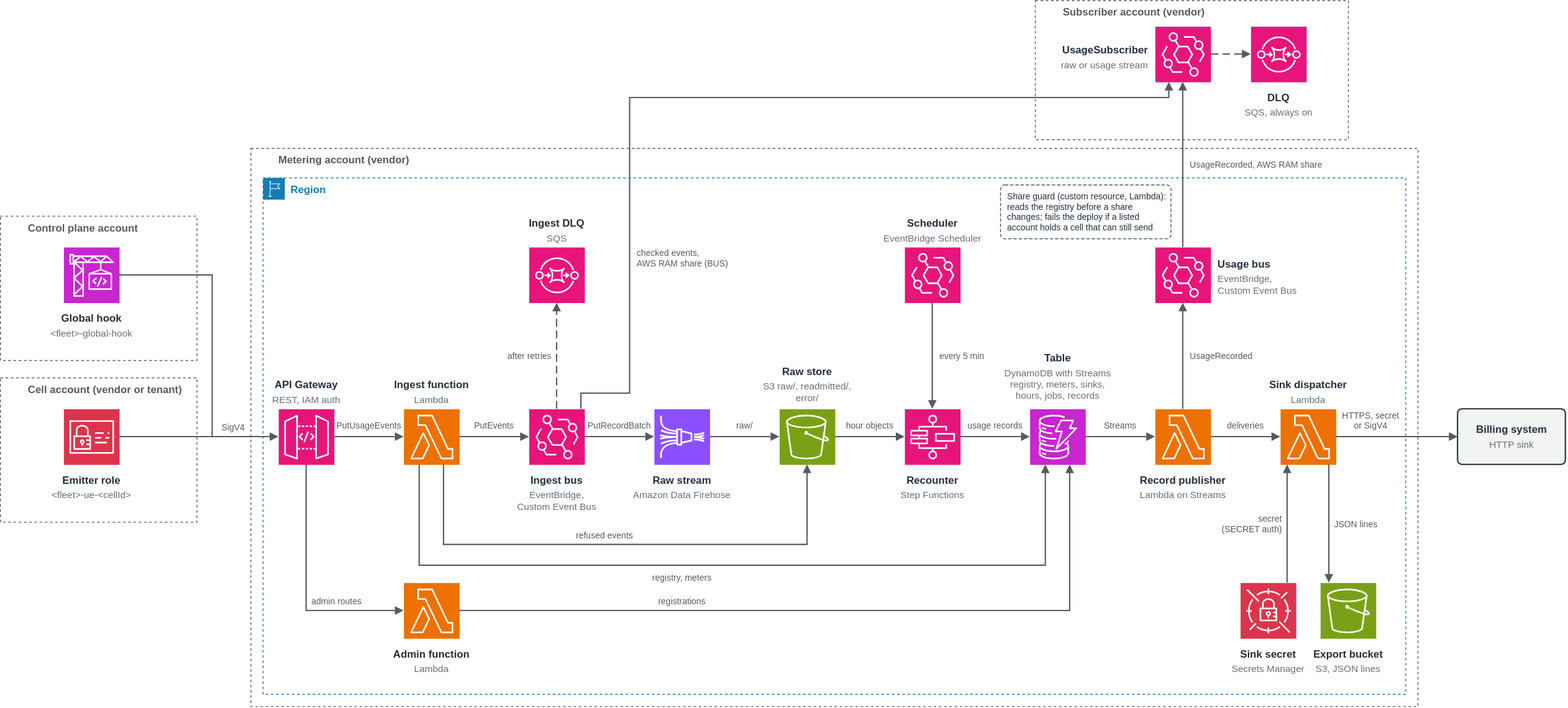
Earlier version of the draw.io export samples/tenant-usage-metering/diagrams/tenant-usage-metering.drawio.svg (aws-samples/sample-agentic-ai-acceleration-patterns). Source tidied: cells renumbered, new cells last; positions are measured from the earlier drawing's top-left corner, leaving out a move shared by most shapes.
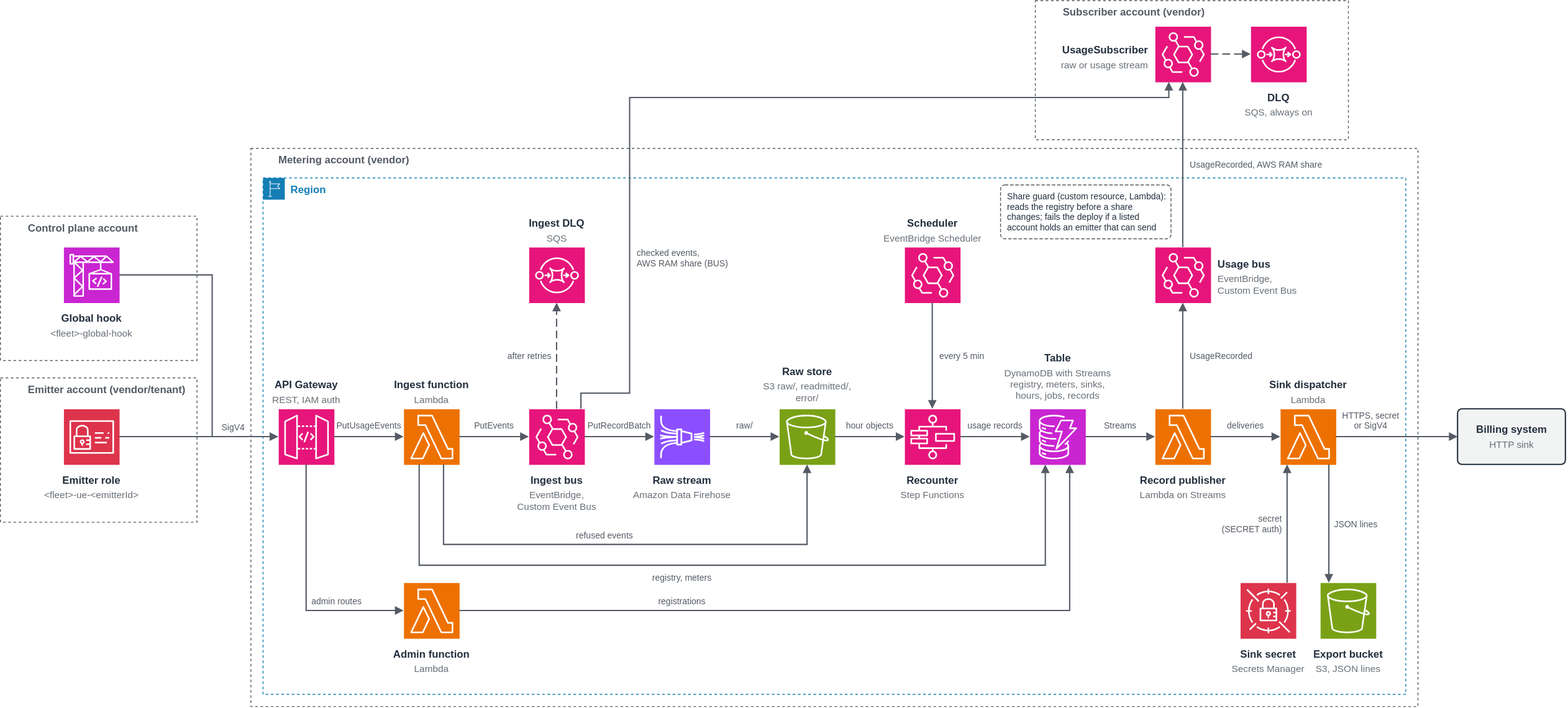
Above is the later version.

What changed in the source:
```diff
@@ -5,7 +5,7 @@
     <mxCell id="2" value="Control plane account" style="gradientColor=none;html=0;fontSize=12;fontStyle=1;shape=mxgraph.aws4.group;grIcon=mxgraph.aws4.group;strokeColor=#545B64;fontColor=#545B64;dashed=1;fillColor=none;verticalAlign=top;align=left;spacingLeft=30;" parent="1" vertex="1">
       <mxGeometry y="248" width="226" height="166" as="geometry" />
     </mxCell>
-    <mxCell id="3" value="Cell account (vendor or tenant)" style="gradientColor=none;html=0;fontSize=12;fontStyle=1;shape=mxgraph.aws4.group;grIcon=mxgraph.aws4.group;strokeColor=#545B64;fontColor=#545B64;dashed=1;fillColor=none;verticalAlign=top;align=left;spacingLeft=30;" parent="1" vertex="1">
+    <mxCell id="3" value="Emitter account (vendor/tenant)" style="gradientColor=none;html=0;fontSize=12;fontStyle=1;shape=mxgraph.aws4.group;grIcon=mxgraph.aws4.group;strokeColor=#545B64;fontColor=#545B64;dashed=1;fillColor=none;verticalAlign=top;align=left;spacingLeft=30;" parent="1" vertex="1">
       <mxGeometry y="434" width="226" height="166" as="geometry" />
     </mxCell>
     <mxCell id="4" value="Metering account (vendor)" style="gradientColor=none;html=0;fontSize=12;fontStyle=1;shape=mxgraph.aws4.group;grIcon=mxgraph.aws4.group;strokeColor=#545B64;fontColor=#545B64;dashed=1;fillColor=none;verticalAlign=top;align=left;spacingLeft=30;" parent="1" vertex="1">
@@ -32,7 +32,7 @@
     <mxCell id="11" value="Emitter role" style="text;html=0;align=center;verticalAlign=top;fontSize=12;fontStyle=1;fontColor=#232F3E;spacing=0;spacingTop=0;" parent="1" vertex="1">
       <mxGeometry x="39" y="540" width="132" height="18" as="geometry" />
     </mxCell>
-    <mxCell id="12" value="&lt;fleet&gt;-ue-&lt;cellId&gt;" style="text;html=0;align=center;verticalAlign=top;fontSize=11;fontStyle=0;fontColor=#687078;spacing=0;spacingTop=0;" parent="1" vertex="1">
+    <mxCell id="12" value="&lt;fleet&gt;-ue-&lt;emitterId&gt;" style="text;html=0;align=center;verticalAlign=top;fontSize=11;fontStyle=0;fontColor=#687078;spacing=0;spacingTop=0;" parent="1" vertex="1">
       <mxGeometry x="39" y="558" width="132" height="15.5" as="geometry" />
     </mxCell>
     <mxCell id="13" style="sketch=0;fontColor=#232F3E;dashed=0;html=0;fontSize=11;fontStyle=0;noLabel=1;gradientColor=none;fillColor=#E7157B;strokeColor=#ffffff;shape=mxgraph.aws4.resourceIcon;resIcon=mxgraph.aws4.api_gateway;" parent="1" vertex="1">
@@ -421,7 +421,7 @@
     <mxCell id="110" value="checked events,&#10;AWS RAM share (BUS)" style="text;html=0;align=left;verticalAlign=middle;fontSize=10;fontStyle=0;fontColor=#545B64;spacing=0;spacingTop=0;" parent="1" vertex="1">
       <mxGeometry x="732" y="282" width="120" height="28" as="geometry" />
     </mxCell>
-    <mxCell id="111" value="Share guard (custom resource, Lambda):&#10;reads the registry before a share&#10;changes; fails the deploy if a listed&#10;account holds a cell that can still send" style="rounded=1;arcSize=8;html=0;align=left;verticalAlign=middle;spacingLeft=6;fontSize=10;fontColor=#232F3E;fillColor=#FFFFFF;strokeColor=#545B64;strokeWidth=1;dashed=1;dashPattern=4 2;" parent="1" vertex="1">
+    <mxCell id="111" value="Share guard (custom resource, Lambda):&#10;reads the registry before a share&#10;changes; fails the deploy if a listed&#10;account holds an emitter that can send" style="rounded=1;arcSize=8;html=0;align=left;verticalAlign=middle;spacingLeft=6;fontSize=10;fontColor=#232F3E;fillColor=#FFFFFF;strokeColor=#545B64;strokeWidth=1;dashed=1;dashPattern=4 2;" parent="1" vertex="1">
       <mxGeometry x="1150" y="212" width="196" height="62" as="geometry" />
     </mxCell>
   </root>
```
